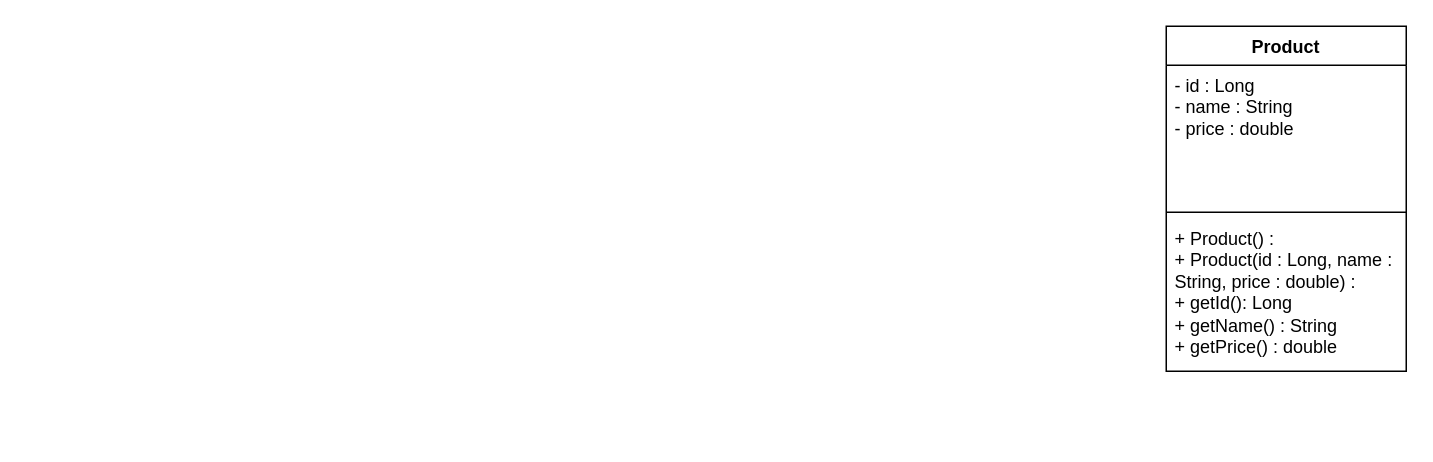
Above: docs/uml/Product.drawio in dnihs/oop-tutorials (draw.io), before the change. Source tidied: cells renumbered, new cells numbered last; positions are measured from the earlier drawing's top-left corner, leaving out a move shared by most shapes. Both pictures are drawn from the tidied source at 150%, with x=0, y=0 at pixel (1166, 26).
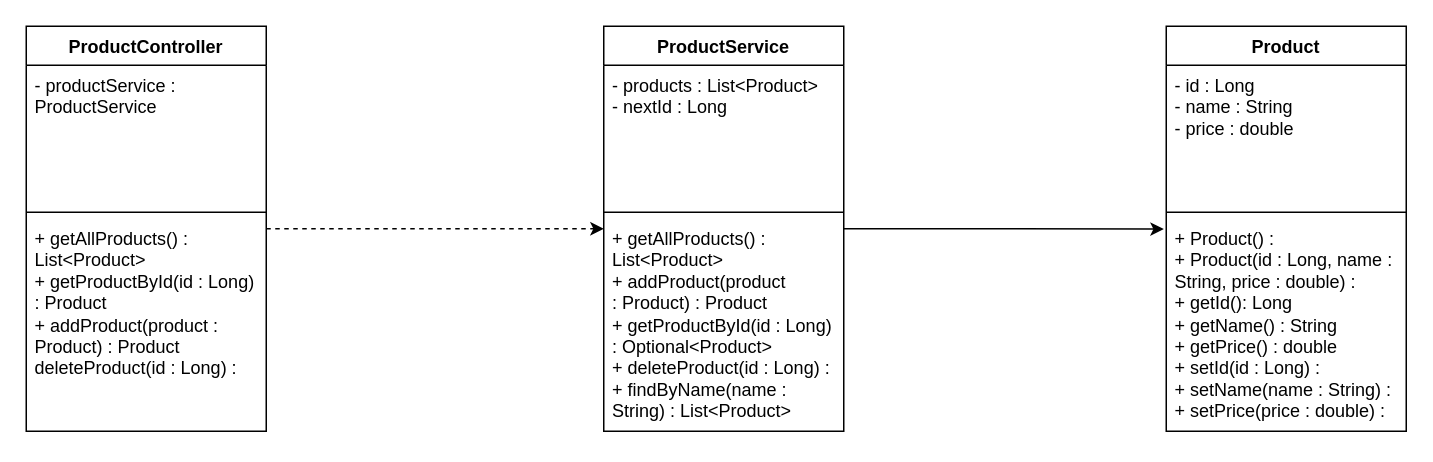
The same page after the edit.

Commit message:
Activity 6 — Update the UML Class Diagram completed

The edit, as a diff of the source:
```diff
@@
 <mxGraphModel>
   <root>
     <mxCell id="0" />
     <mxCell id="1" parent="0" />
     <mxCell id="2" value="Product" style="swimlane;fontStyle=1;align=center;verticalAlign=top;horizontal=1;startSize=26;whiteSpace=wrap;html=1;" parent="1" vertex="1">
-      <mxGeometry width="160" height="230" as="geometry" />
+      <mxGeometry width="160" height="270" as="geometry" />
     </mxCell>
     <mxCell id="3" value="- id : Long&lt;div&gt;- name : String&lt;/div&gt;&lt;div&gt;- price : double&lt;/div&gt;" style="text;strokeColor=none;fillColor=none;align=left;verticalAlign=top;spacingLeft=4;spacingRight=4;overflow=hidden;whiteSpace=wrap;html=1;" parent="2" vertex="1">
       <mxGeometry y="26" width="160" height="94" as="geometry" />
     </mxCell>
     <mxCell id="4" style="line;strokeWidth=1;fillColor=none;align=left;verticalAlign=middle;spacingTop=-1;spacingLeft=3;spacingRight=3;labelPosition=right;strokeColor=inherit;" parent="2" vertex="1">
       <mxGeometry y="120" width="160" height="8" as="geometry" />
     </mxCell>
-    <mxCell id="5" value="+ Product() :&lt;div&gt;+ Product(id : Long, name : String, price : double) :&lt;br&gt;&lt;div&gt;+ getId(): Long&lt;/div&gt;&lt;div&gt;+ getName() : String&amp;nbsp;&lt;/div&gt;&lt;div&gt;+ getPrice() : double&lt;/div&gt;&lt;/div&gt;" style="text;strokeColor=none;fillColor=none;align=left;verticalAlign=top;spacingLeft=4;spacingRight=4;overflow=hidden;points=[[0,0.5],[1,0.5]];portConstraint=eastwest;whiteSpace=wrap;html=1;" parent="2" vertex="1">
-      <mxGeometry y="128" width="160" height="102" as="geometry" />
+    <mxCell id="5" value="+ Product() :&lt;div&gt;+ Product(id : Long, name : String, price : double) :&lt;br&gt;&lt;div&gt;+ getId(): Long&lt;/div&gt;&lt;div&gt;+ getName() : String&amp;nbsp;&lt;/div&gt;&lt;div&gt;+ getPrice() : double&lt;/div&gt;&lt;/div&gt;&lt;div&gt;+ setId(id : Long) :&amp;nbsp;&lt;/div&gt;&lt;div&gt;+ setName(name : String) :&amp;nbsp;&lt;/div&gt;&lt;div&gt;+ setPrice(price : double) :&amp;nbsp;&lt;/div&gt;&lt;div&gt;&lt;/div&gt;&lt;div&gt;&lt;/div&gt;&lt;div&gt;&lt;/div&gt;&lt;div&gt;&lt;/div&gt;&lt;div&gt;&lt;/div&gt;&lt;div&gt;&lt;/div&gt;&lt;div&gt;&lt;/div&gt;&lt;div&gt;&lt;/div&gt;" style="text;strokeColor=none;fillColor=none;align=left;verticalAlign=top;spacingLeft=4;spacingRight=4;overflow=hidden;points=[[0,0.5],[1,0.5]];portConstraint=eastwest;whiteSpace=wrap;html=1;" parent="2" vertex="1">
+      <mxGeometry y="128" width="160" height="142" as="geometry" />
     </mxCell>
+    <mxCell id="6" value="ProductService" style="swimlane;fontStyle=1;align=center;verticalAlign=top;horizontal=1;startSize=26;whiteSpace=wrap;html=1;" parent="1" vertex="1">
+      <mxGeometry x="-375" width="160" height="270" as="geometry" />
+    </mxCell>
+    <mxCell id="7" value="- products : List&amp;lt;Product&amp;gt;&lt;div&gt;- nextId : Long&lt;/div&gt;" style="text;strokeColor=none;fillColor=none;align=left;verticalAlign=top;spacingLeft=4;spacingRight=4;overflow=hidden;whiteSpace=wrap;html=1;" parent="6" vertex="1">
+      <mxGeometry y="26" width="160" height="94" as="geometry" />
+    </mxCell>
+    <mxCell id="8" style="line;strokeWidth=1;fillColor=none;align=left;verticalAlign=middle;spacingTop=-1;spacingLeft=3;spacingRight=3;labelPosition=right;strokeColor=inherit;" parent="6" vertex="1">
+      <mxGeometry y="120" width="160" height="8" as="geometry" />
+    </mxCell>
+    <mxCell id="9" value="+ getAllProducts() : List&amp;lt;Product&amp;gt;&lt;div&gt;+ addProduct(product :&amp;nbsp;&lt;span style=&quot;background-color: transparent; color: light-dark(rgb(0, 0, 0), rgb(255, 255, 255));&quot;&gt;Product)&lt;/span&gt;&lt;span style=&quot;background-color: transparent; color: light-dark(rgb(0, 0, 0), rgb(255, 255, 255));&quot;&gt;&amp;nbsp;: Product&lt;/span&gt;&lt;/div&gt;&lt;div&gt;+ getProductById(id : Long) : Optional&amp;lt;Product&amp;gt;&lt;/div&gt;&lt;div&gt;+ deleteProduct(id : Long) :&lt;/div&gt;&lt;div&gt;+ findByName(name : String) : List&amp;lt;Product&amp;gt;&lt;/div&gt;" style="text;strokeColor=none;fillColor=none;align=left;verticalAlign=top;spacingLeft=4;spacingRight=4;overflow=hidden;whiteSpace=wrap;html=1;" parent="6" vertex="1">
+      <mxGeometry y="128" width="160" height="142" as="geometry" />
+    </mxCell>
+    <mxCell id="10" style="edgeStyle=orthogonalEdgeStyle;rounded=0;jettySize=auto;html=1;entryX=0;entryY=0.5;entryDx=0;entryDy=0;dashed=1;" parent="1" edge="1" source="11" target="6">
+      <mxGeometry relative="1" as="geometry" />
+    </mxCell>
+    <mxCell id="11" value="ProductController" style="swimlane;fontStyle=1;align=center;verticalAlign=top;horizontal=1;startSize=26;whiteSpace=wrap;html=1;" parent="1" vertex="1">
+      <mxGeometry x="-760" width="160" height="270" as="geometry" />
+    </mxCell>
+    <mxCell id="12" value="- productService : ProductService" style="text;strokeColor=none;fillColor=none;align=left;verticalAlign=top;spacingLeft=4;spacingRight=4;overflow=hidden;whiteSpace=wrap;html=1;" parent="11" vertex="1">
+      <mxGeometry y="26" width="160" height="94" as="geometry" />
+    </mxCell>
+    <mxCell id="13" style="line;strokeWidth=1;fillColor=none;align=left;verticalAlign=middle;spacingTop=-1;spacingLeft=3;spacingRight=3;labelPosition=right;strokeColor=inherit;" parent="11" vertex="1">
+      <mxGeometry y="120" width="160" height="8" as="geometry" />
+    </mxCell>
+    <mxCell id="14" value="+ getAllProducts() : List&amp;lt;Product&amp;gt;&lt;div&gt;+ getProductById(id : Long) : Product&lt;/div&gt;&lt;div&gt;+ addProduct(product : Product) : Product&lt;/div&gt;&lt;div&gt;deleteProduct(id : Long) :&amp;nbsp;&lt;br&gt;&lt;div&gt;&lt;br&gt;&lt;/div&gt;&lt;/div&gt;&lt;div&gt;&lt;br&gt;&lt;/div&gt;" style="text;strokeColor=none;fillColor=none;align=left;verticalAlign=top;spacingLeft=4;spacingRight=4;overflow=hidden;whiteSpace=wrap;html=1;" parent="11" vertex="1">
+      <mxGeometry y="128" width="160" height="142" as="geometry" />
+    </mxCell>
+    <mxCell id="15" style="edgeStyle=orthogonalEdgeStyle;rounded=0;jettySize=auto;html=1;entryX=-0.01;entryY=0.051;entryDx=0;entryDy=0;entryPerimeter=0;" parent="1" edge="1" source="6" target="5">
+      <mxGeometry relative="1" as="geometry" />
+    </mxCell>
   </root>
 </mxGraphModel>
```
